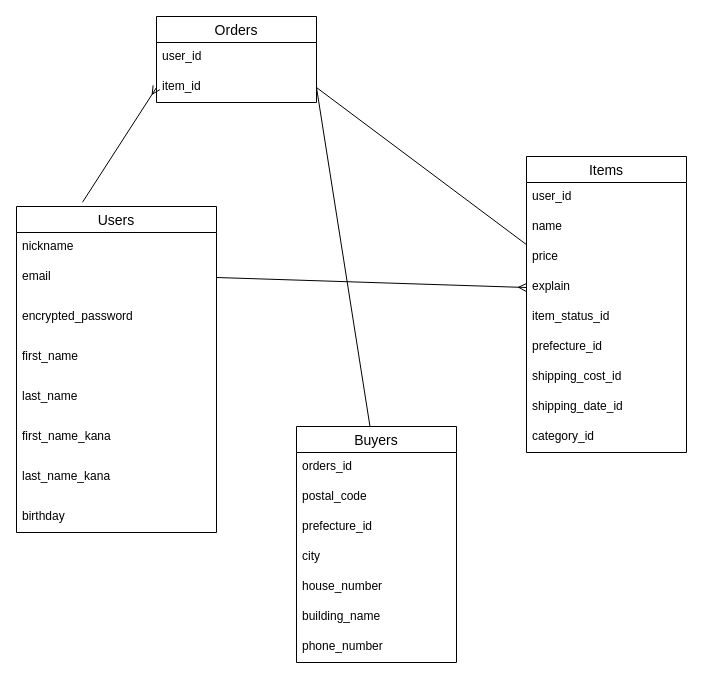
Above: test.dio in yk8710/furima-37813 (draw.io), before the change. Source tidied: cells renumbered, new cells numbered last; positions are measured from the earlier drawing's top-left corner, leaving out a move shared by most shapes. Both pictures are drawn from the tidied source at 100%, with x=0, y=0 at pixel (16, 16).
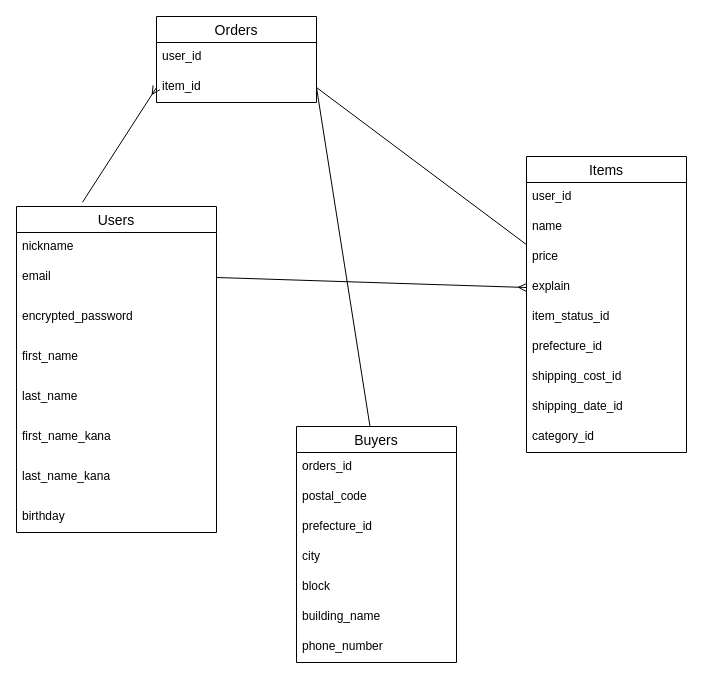
Above is the later version.

Commit message (it also covers changes not shown here):
データベース設計の修正2

The change refers to these unchanged cells:
```xml
<mxCell id="34" value="Buyers" style="swimlane;fontStyle=0;horizontal=1;startSize=26;align=center;fontSize=14;labelBorderColor=none;strokeColor=default;" parent="1" vertex="1">
  <mxGeometry x="280" y="410" width="160" height="236" as="geometry" />
</mxCell>
```

What changed in the source:
```diff
@@
-    <mxCell id="39" value="house_number" style="text;strokeColor=none;fillColor=none;spacingLeft=4;spacingRight=4;overflow=hidden;fontSize=12;labelBorderColor=none;" parent="34" vertex="1">
+    <mxCell id="39" value="block" style="text;strokeColor=none;fillColor=none;spacingLeft=4;spacingRight=4;overflow=hidden;fontSize=12;labelBorderColor=none;" parent="34" vertex="1">
       <mxGeometry y="146" width="160" height="30" as="geometry" />
     </mxCell>
```
